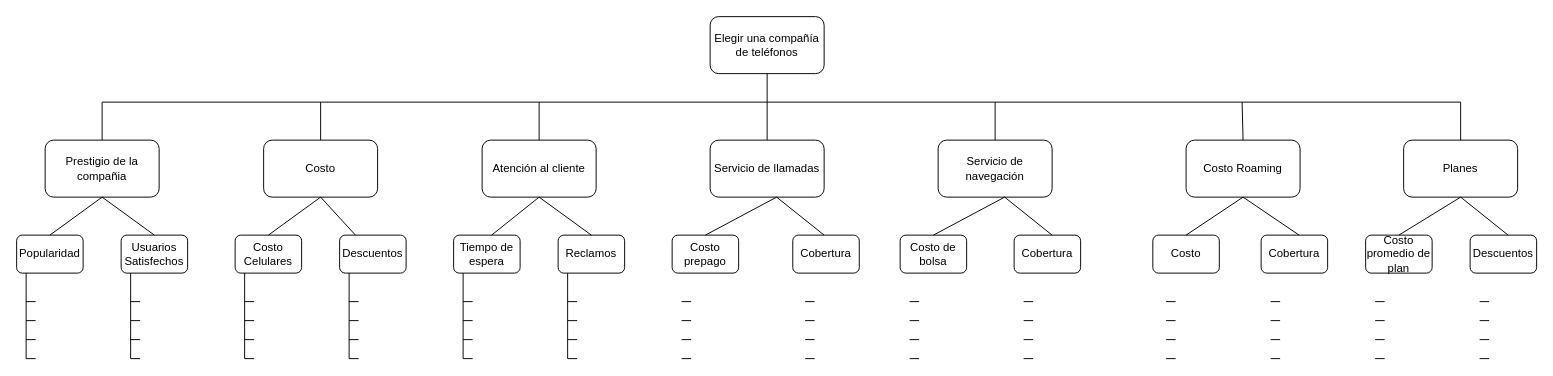
This is Diagrama sin título.drawio from JoacoFierro/Tarea4-intro, a draw.io file, before an edit. Source tidied: cells renumbered, new cells numbered last; positions are measured from the earlier drawing's top-left corner, leaving out a move shared by most shapes. Both pictures are drawn from the tidied source at 95%, with x=0, y=0 at pixel (16, 16).
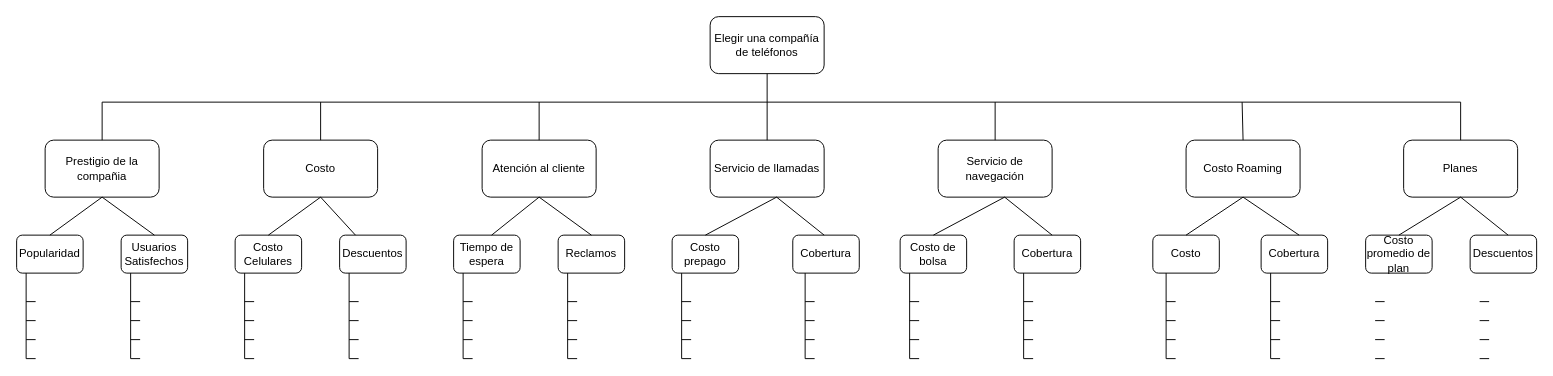
After the change.

Change to the diagram source:
```diff
@@
+    <mxCell id="110" style="endArrow=none;html=1;rounded=0;" parent="1" edge="1">
+      <mxGeometry relative="1" as="geometry">
+        <mxPoint x="700" y="360" as="sourcePoint" />
+        <mxPoint x="700" y="270" as="targetPoint" />
+      </mxGeometry>
+    </mxCell>
+    <mxCell id="111" style="endArrow=none;html=1;rounded=0;" parent="1" edge="1">
+      <mxGeometry relative="1" as="geometry">
+        <mxPoint x="830" y="360" as="sourcePoint" />
+        <mxPoint x="830" y="270" as="targetPoint" />
+      </mxGeometry>
+    </mxCell>
+    <mxCell id="112" style="endArrow=none;html=1;rounded=0;" parent="1" edge="1">
+      <mxGeometry relative="1" as="geometry">
+        <mxPoint x="940" y="360" as="sourcePoint" />
+        <mxPoint x="940" y="270" as="targetPoint" />
+      </mxGeometry>
+    </mxCell>
+    <mxCell id="113" style="endArrow=none;html=1;rounded=0;" parent="1" edge="1">
+      <mxGeometry relative="1" as="geometry">
+        <mxPoint x="1060" y="360" as="sourcePoint" />
+        <mxPoint x="1060" y="270" as="targetPoint" />
+      </mxGeometry>
+    </mxCell>
+    <mxCell id="114" style="endArrow=none;html=1;rounded=0;" parent="1" edge="1">
+      <mxGeometry relative="1" as="geometry">
+        <mxPoint x="1210" y="360" as="sourcePoint" />
+        <mxPoint x="1210" y="270" as="targetPoint" />
+      </mxGeometry>
+    </mxCell>
+    <mxCell id="115" style="endArrow=none;html=1;rounded=0;" parent="1" edge="1">
+      <mxGeometry relative="1" as="geometry">
+        <mxPoint x="1320" y="360" as="sourcePoint" />
+        <mxPoint x="1320" y="270" as="targetPoint" />
+      </mxGeometry>
+    </mxCell>
```
